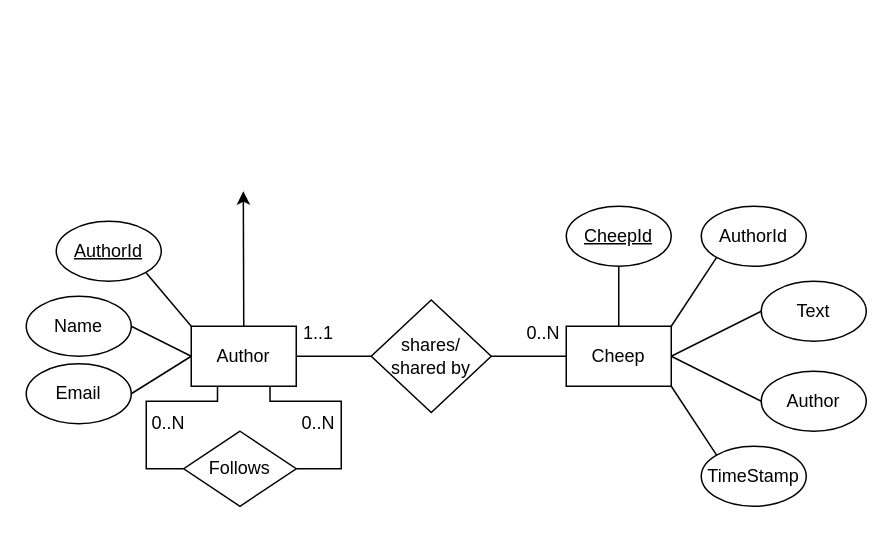
The draw.io diagram docs/diagrams/DomainModel.drawio in ITU-BDSA2024-GROUP29/Chirp, before the edit. Source tidied: cells renumbered, new cells numbered last; positions are measured from the earlier drawing's top-left corner, leaving out a move shared by most shapes. Both pictures are drawn from the tidied source at 150%, with x=0, y=0 at pixel (26, 190).
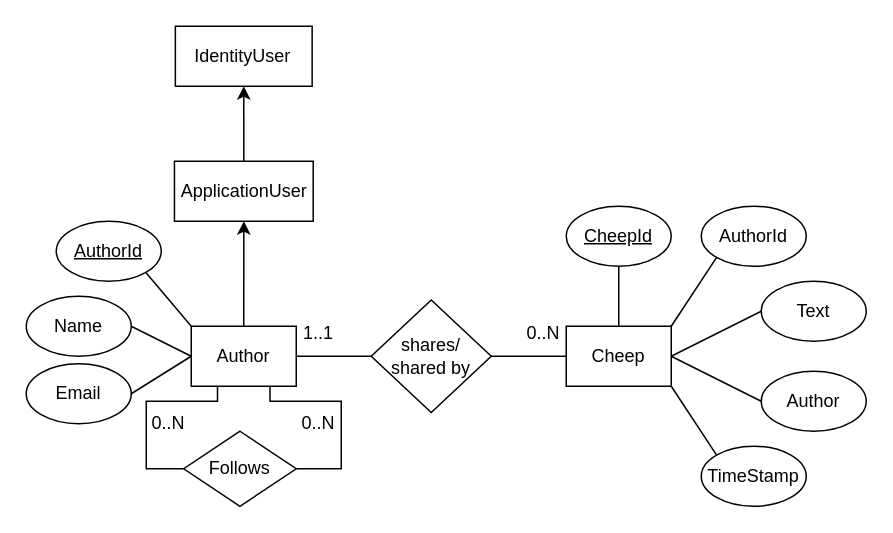
Above is the later version.

Commit message (it also covers changes not shown here):
made domainmodel section

Unchanged cells that the change refers to:
```xml
<mxCell id="14" value="Author" style="rounded=0;whiteSpace=wrap;html=1;" parent="1" vertex="1">
  <mxGeometry x="110" y="90" width="70" height="40" as="geometry" />
</mxCell>
```

Change to the diagram source:
```diff
@@
-    <mxCell id="13" style="edgeStyle=none;rounded=0;jettySize=auto;html=1;exitX=0.5;exitY=0;exitDx=0;exitDy=0;" parent="1" edge="1" source="14">
-      <mxGeometry relative="1" as="geometry">
-        <mxPoint x="144.7" as="targetPoint" />
-      </mxGeometry>
+    <mxCell id="13" style="edgeStyle=none;rounded=0;jettySize=auto;html=1;exitX=0.5;exitY=0;exitDx=0;exitDy=0;entryX=0.5;entryY=1;entryDx=0;entryDy=0;" parent="1" edge="1" source="14" target="32">
+      <mxGeometry relative="1" as="geometry" />
     </mxCell>
@@
+    <mxCell id="31" style="edgeStyle=none;rounded=0;jettySize=auto;html=1;exitX=0.5;exitY=0;exitDx=0;exitDy=0;entryX=0.5;entryY=1;entryDx=0;entryDy=0;" parent="1" edge="1" source="32" target="33">
+      <mxGeometry relative="1" as="geometry" />
+    </mxCell>
+    <mxCell id="32" value="ApplicationUser" style="rounded=0;whiteSpace=wrap;html=1;" parent="1" vertex="1">
+      <mxGeometry x="98.8" y="-20" width="92.5" height="40" as="geometry" />
+    </mxCell>
+    <mxCell id="33" value="IdentityUser" style="rounded=0;whiteSpace=wrap;html=1;" parent="1" vertex="1">
+      <mxGeometry x="99.4" y="-110" width="91.2" height="40" as="geometry" />
+    </mxCell>
```
